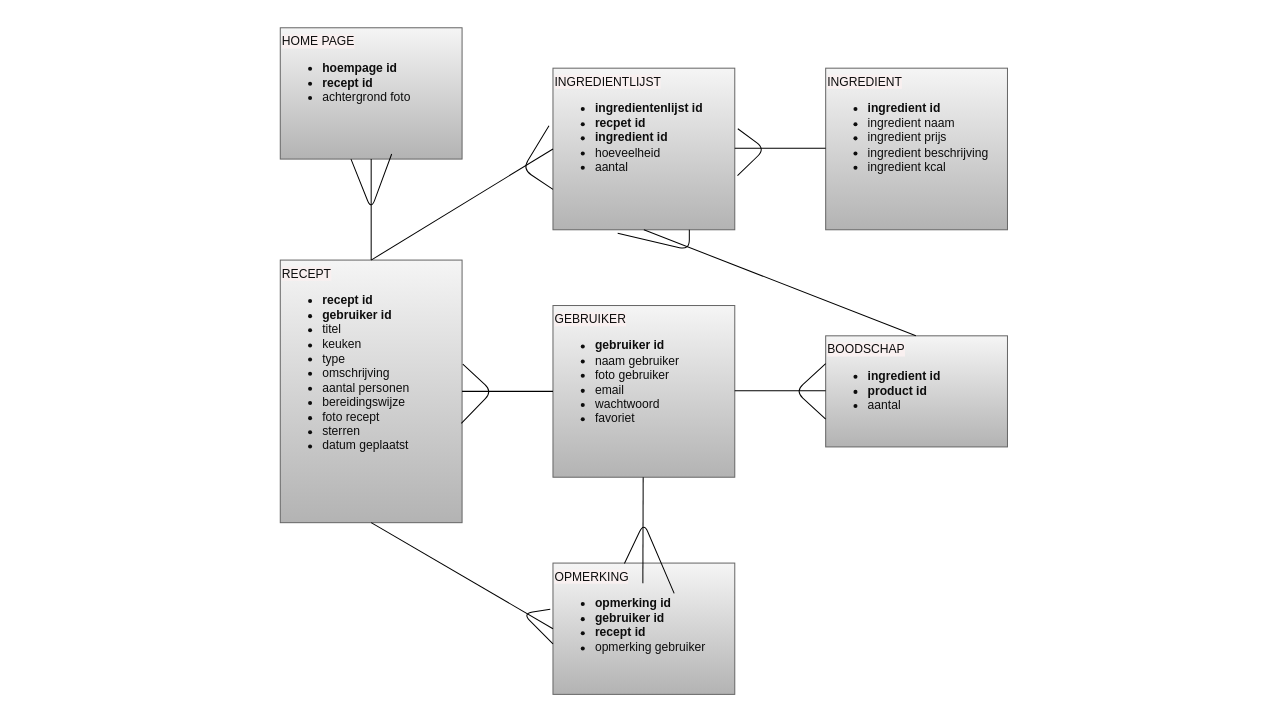
Earlier version of the draw.io diagram Verrukkulluk-ERD.drawio (LiekeDeckers/educom-verrukkulluk). Source tidied: cells renumbered, new cells numbered last; positions are measured from the earlier drawing's top-left corner, leaving out a move shared by most shapes. Both pictures are drawn from the tidied source at 101%, with x=0, y=0 at pixel (280, 27).
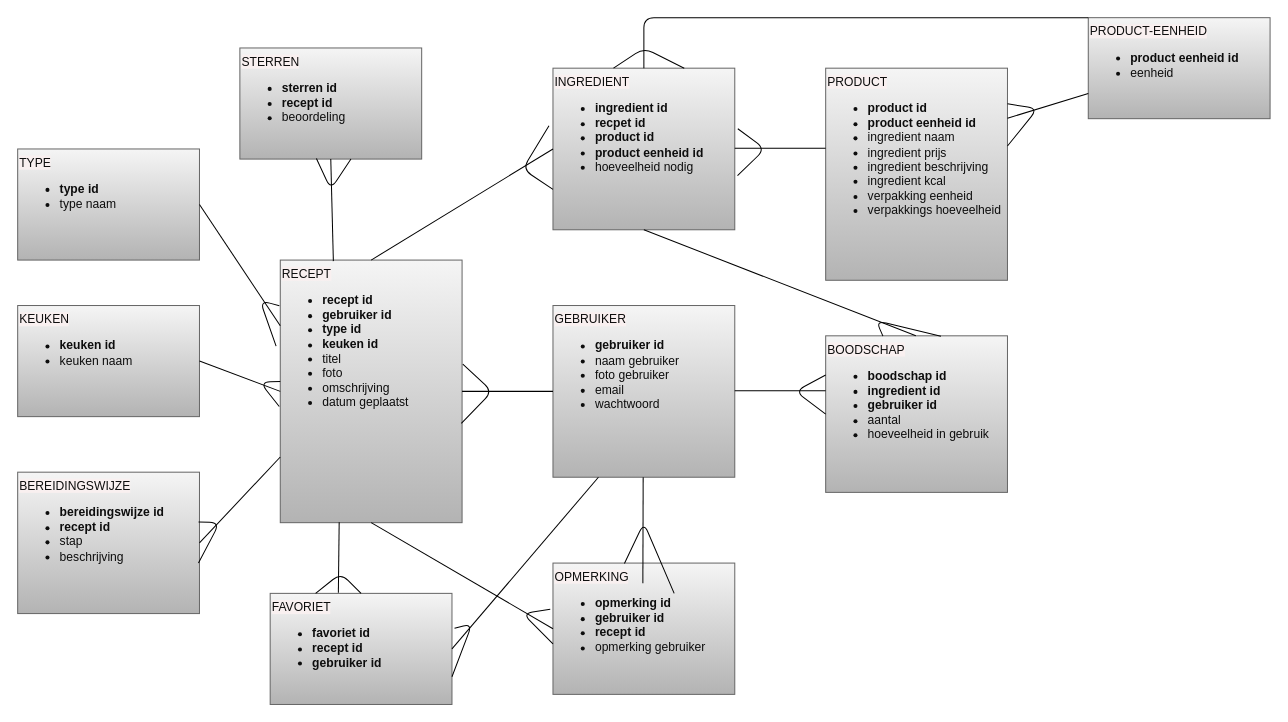
The same page after the edit.

Commit message (it also covers changes not shown here):
VER-ERD-Gegevensmodel-LD-v2 #2

What changed in the source:
```diff
@@
-    <mxCell id="2" value="&lt;font color=&quot;#0d0d0d&quot;&gt;&lt;span style=&quot;background-color: rgb(249, 240, 240);&quot;&gt;RECEPT&lt;br&gt;&lt;ul&gt;&lt;li&gt;&lt;b&gt;recept id&lt;/b&gt;&lt;/li&gt;&lt;li&gt;&lt;b&gt;gebruiker id&lt;/b&gt;&lt;/li&gt;&lt;li&gt;titel&lt;br&gt;&lt;/li&gt;&lt;li&gt;keuken&lt;/li&gt;&lt;li&gt;type&lt;/li&gt;&lt;li&gt;omschrijving&lt;/li&gt;&lt;li&gt;aantal personen&lt;/li&gt;&lt;li&gt;bereidingswijze&lt;/li&gt;&lt;li&gt;foto recept&lt;/li&gt;&lt;li&gt;sterren&lt;/li&gt;&lt;li&gt;datum geplaatst&lt;/li&gt;&lt;/ul&gt;&lt;/span&gt;&lt;/font&gt;" style="rounded=0;whiteSpace=wrap;html=1;fillColor=#f5f5f5;gradientColor=#b3b3b3;strokeColor=#666666;align=left;verticalAlign=top;" parent="1" vertex="1">
+    <mxCell id="2" value="&lt;font color=&quot;#0d0d0d&quot;&gt;&lt;span style=&quot;background-color: rgb(249, 240, 240);&quot;&gt;RECEPT&lt;br&gt;&lt;ul&gt;&lt;li&gt;&lt;b&gt;recept id&lt;/b&gt;&lt;/li&gt;&lt;li&gt;&lt;b&gt;gebruiker id&lt;/b&gt;&lt;/li&gt;&lt;li&gt;&lt;b&gt;type id&lt;/b&gt;&lt;/li&gt;&lt;li&gt;&lt;b&gt;keuken id&lt;/b&gt;&lt;/li&gt;&lt;li&gt;titel&lt;br&gt;&lt;/li&gt;&lt;li&gt;foto&lt;/li&gt;&lt;li&gt;omschrijving&lt;/li&gt;&lt;li&gt;datum geplaatst&lt;/li&gt;&lt;/ul&gt;&lt;/span&gt;&lt;/font&gt;" style="rounded=0;whiteSpace=wrap;html=1;fillColor=#f5f5f5;gradientColor=#b3b3b3;strokeColor=#666666;align=left;verticalAlign=top;" parent="1" vertex="1">
       <mxGeometry y="230" width="180" height="260" as="geometry" />
     </mxCell>
-    <mxCell id="3" value="&lt;font color=&quot;#0d0d0d&quot;&gt;&lt;span style=&quot;background-color: rgb(249, 240, 240);&quot;&gt;BOODSCHAP&lt;br&gt;&lt;ul&gt;&lt;li&gt;&lt;b&gt;ingredient id&lt;/b&gt;&lt;br&gt;&lt;/li&gt;&lt;li&gt;&lt;b&gt;product id&lt;/b&gt;&lt;/li&gt;&lt;li&gt;aantal&lt;/li&gt;&lt;/ul&gt;&lt;/span&gt;&lt;/font&gt;" style="rounded=0;whiteSpace=wrap;html=1;fillColor=#f5f5f5;gradientColor=#b3b3b3;strokeColor=#666666;align=left;verticalAlign=top;" parent="1" vertex="1">
-      <mxGeometry x="540" y="305" width="180" height="110" as="geometry" />
+    <mxCell id="3" value="&lt;font color=&quot;#0d0d0d&quot;&gt;&lt;span style=&quot;background-color: rgb(249, 240, 240);&quot;&gt;BOODSCHAP&lt;br&gt;&lt;ul&gt;&lt;li&gt;&lt;b&gt;boodschap id&lt;/b&gt;&lt;/li&gt;&lt;li&gt;&lt;b&gt;ingredient id&lt;/b&gt;&lt;br&gt;&lt;/li&gt;&lt;li&gt;&lt;b&gt;gebruiker id&lt;/b&gt;&lt;br&gt;&lt;/li&gt;&lt;li&gt;aantal&lt;/li&gt;&lt;li&gt;hoeveelheid in gebruik&lt;/li&gt;&lt;/ul&gt;&lt;/span&gt;&lt;/font&gt;" style="rounded=0;whiteSpace=wrap;html=1;fillColor=#f5f5f5;gradientColor=#b3b3b3;strokeColor=#666666;align=left;verticalAlign=top;" parent="1" vertex="1">
+      <mxGeometry x="540" y="305" width="180" height="155" as="geometry" />
     </mxCell>
-    <mxCell id="4" value="&lt;font color=&quot;#0d0d0d&quot;&gt;&lt;span style=&quot;background-color: rgb(249, 240, 240);&quot;&gt;INGREDIENT&lt;br&gt;&lt;ul&gt;&lt;li&gt;&lt;b&gt;ingredient id&lt;/b&gt;&lt;/li&gt;&lt;li&gt;ingredient naam&lt;br&gt;&lt;/li&gt;&lt;li&gt;ingredient prijs&lt;/li&gt;&lt;li&gt;ingredient beschrijving&lt;/li&gt;&lt;li&gt;ingredient kcal&lt;/li&gt;&lt;/ul&gt;&lt;/span&gt;&lt;/font&gt;" style="rounded=0;whiteSpace=wrap;html=1;fillColor=#f5f5f5;gradientColor=#b3b3b3;strokeColor=#666666;align=left;verticalAlign=top;" parent="1" vertex="1">
-      <mxGeometry x="540" y="40" width="180" height="160" as="geometry" />
+    <mxCell id="4" value="&lt;font color=&quot;#0d0d0d&quot;&gt;&lt;span style=&quot;background-color: rgb(249, 240, 240);&quot;&gt;PRODUCT&lt;br&gt;&lt;ul&gt;&lt;li&gt;&lt;b&gt;product id&lt;/b&gt;&lt;/li&gt;&lt;li&gt;&lt;b&gt;product eenheid id&lt;/b&gt;&lt;/li&gt;&lt;li&gt;ingredient naam&lt;br&gt;&lt;/li&gt;&lt;li&gt;ingredient prijs&lt;/li&gt;&lt;li&gt;ingredient beschrijving&lt;/li&gt;&lt;li&gt;ingredient kcal&lt;/li&gt;&lt;li&gt;verpakking eenheid&lt;/li&gt;&lt;li&gt;verpakkings hoeveelheid&lt;/li&gt;&lt;/ul&gt;&lt;/span&gt;&lt;/font&gt;" style="rounded=0;whiteSpace=wrap;html=1;fillColor=#f5f5f5;gradientColor=#b3b3b3;strokeColor=#666666;align=left;verticalAlign=top;" parent="1" vertex="1">
+      <mxGeometry x="540" y="40" width="180" height="210" as="geometry" />
     </mxCell>
@@
-    <mxCell id="6" value="&lt;font color=&quot;#0d0d0d&quot;&gt;&lt;span style=&quot;background-color: rgb(249, 240, 240);&quot;&gt;GEBRUIKER&lt;br&gt;&lt;ul&gt;&lt;li&gt;&lt;b&gt;gebruiker id&lt;/b&gt;&lt;br&gt;&lt;/li&gt;&lt;li&gt;naam gebruiker&lt;/li&gt;&lt;li&gt;foto gebruiker&lt;br&gt;&lt;/li&gt;&lt;li&gt;email&lt;/li&gt;&lt;li&gt;wachtwoord&lt;/li&gt;&lt;li&gt;favoriet&lt;/li&gt;&lt;/ul&gt;&lt;/span&gt;&lt;/font&gt;" style="rounded=0;whiteSpace=wrap;html=1;fillColor=#f5f5f5;gradientColor=#b3b3b3;strokeColor=#666666;align=left;verticalAlign=top;" parent="1" vertex="1">
+    <mxCell id="6" value="&lt;font color=&quot;#0d0d0d&quot;&gt;&lt;span style=&quot;background-color: rgb(249, 240, 240);&quot;&gt;GEBRUIKER&lt;br&gt;&lt;ul&gt;&lt;li&gt;&lt;b&gt;gebruiker id&lt;/b&gt;&lt;br&gt;&lt;/li&gt;&lt;li&gt;naam gebruiker&lt;/li&gt;&lt;li&gt;foto gebruiker&lt;br&gt;&lt;/li&gt;&lt;li&gt;email&lt;/li&gt;&lt;li&gt;wachtwoord&lt;/li&gt;&lt;/ul&gt;&lt;/span&gt;&lt;/font&gt;" style="rounded=0;whiteSpace=wrap;html=1;fillColor=#f5f5f5;gradientColor=#b3b3b3;strokeColor=#666666;align=left;verticalAlign=top;" parent="1" vertex="1">
       <mxGeometry x="270" y="275" width="180" height="170" as="geometry" />
     </mxCell>
-    <mxCell id="7" value="&lt;font color=&quot;#0d0d0d&quot;&gt;&lt;span style=&quot;background-color: rgb(249, 240, 240);&quot;&gt;INGREDIENTLIJST&lt;br&gt;&lt;ul&gt;&lt;li&gt;&lt;b&gt;ingredientenlijst id&lt;/b&gt;&lt;/li&gt;&lt;li&gt;&lt;b&gt;recpet id&lt;/b&gt;&lt;/li&gt;&lt;li&gt;&lt;b&gt;ingredient id&lt;/b&gt;&lt;/li&gt;&lt;li&gt;hoeveelheid&lt;/li&gt;&lt;li&gt;aantal&lt;/li&gt;&lt;/ul&gt;&lt;/span&gt;&lt;/font&gt;" style="rounded=0;whiteSpace=wrap;html=1;fillColor=#f5f5f5;gradientColor=#b3b3b3;strokeColor=#666666;align=left;verticalAlign=top;" parent="1" vertex="1">
+    <mxCell id="7" value="&lt;font color=&quot;#0d0d0d&quot;&gt;&lt;span style=&quot;background-color: rgb(249, 240, 240);&quot;&gt;INGREDIENT&lt;br&gt;&lt;ul&gt;&lt;li&gt;&lt;b&gt;ingredient id&lt;/b&gt;&lt;/li&gt;&lt;li&gt;&lt;b&gt;recpet id&lt;/b&gt;&lt;/li&gt;&lt;li&gt;&lt;b&gt;product id&lt;/b&gt;&lt;/li&gt;&lt;li&gt;&lt;b&gt;product eenheid id&lt;/b&gt;&lt;/li&gt;&lt;li&gt;hoeveelheid nodig&lt;/li&gt;&lt;/ul&gt;&lt;/span&gt;&lt;/font&gt;" style="rounded=0;whiteSpace=wrap;html=1;fillColor=#f5f5f5;gradientColor=#b3b3b3;strokeColor=#666666;align=left;verticalAlign=top;" parent="1" vertex="1">
       <mxGeometry x="270" y="40" width="180" height="160" as="geometry" />
     </mxCell>
-    <mxCell id="8" value="&lt;font color=&quot;#0d0d0d&quot;&gt;&lt;span style=&quot;background-color: rgb(249, 240, 240);&quot;&gt;HOME PAGE&lt;br&gt;&lt;ul&gt;&lt;li&gt;&lt;b&gt;hoempage id&lt;/b&gt;&lt;br&gt;&lt;/li&gt;&lt;li&gt;&lt;b&gt;recept id&lt;/b&gt;&lt;/li&gt;&lt;li&gt;achtergrond foto&lt;/li&gt;&lt;/ul&gt;&lt;/span&gt;&lt;/font&gt;" style="rounded=0;whiteSpace=wrap;html=1;fillColor=#f5f5f5;gradientColor=#b3b3b3;strokeColor=#666666;align=left;verticalAlign=top;" parent="1" vertex="1">
-      <mxGeometry width="180" height="130" as="geometry" />
-    </mxCell>
-    <mxCell id="9" style="endArrow=none;html=1;entryX=0.5;entryY=1;entryDx=0;entryDy=0;" parent="1" edge="1" target="8">
-      <mxGeometry relative="1" as="geometry">
-        <mxPoint x="90" y="230" as="sourcePoint" />
-      </mxGeometry>
-    </mxCell>
@@
-    <mxCell id="19" style="endArrow=none;html=1;entryX=0;entryY=0.75;entryDx=0;entryDy=0;exitX=0;exitY=0.25;exitDx=0;exitDy=0;" parent="1" edge="1" source="3" target="3">
+    <mxCell id="19" style="endArrow=none;html=1;entryX=0;entryY=0.5;entryDx=0;entryDy=0;exitX=0;exitY=0.25;exitDx=0;exitDy=0;" parent="1" edge="1" source="3" target="3">
       <mxGeometry relative="1" as="geometry">
         <Array as="points">
           <mxPoint x="510" y="360" />
         </Array>
       </mxGeometry>
     </mxCell>
@@
-    <mxCell id="21" style="endArrow=none;html=1;entryX=0.75;entryY=1;entryDx=0;entryDy=0;exitX=0.356;exitY=1.022;exitDx=0;exitDy=0;exitPerimeter=0;" parent="1" edge="1" source="7" target="7">
+    <mxCell id="21" style="endArrow=none;html=1;entryX=0.634;entryY=0.002;entryDx=0;entryDy=0;exitX=0.315;exitY=0.002;exitDx=0;exitDy=0;exitPerimeter=0;entryPerimeter=0;" parent="1" edge="1" source="3" target="3">
       <mxGeometry relative="1" as="geometry">
         <Array as="points">
-          <mxPoint x="405" y="220" />
+          <mxPoint x="590" y="290" />
         </Array>
       </mxGeometry>
     </mxCell>
-    <mxCell id="22" style="endArrow=none;html=1;entryX=0.5;entryY=1;entryDx=0;entryDy=0;exitX=0.389;exitY=1;exitDx=0;exitDy=0;exitPerimeter=0;" parent="1" edge="1" source="8">
-      <mxGeometry relative="1" as="geometry">
-        <mxPoint x="110.3" y="125" as="targetPoint" />
-        <Array as="points">
-          <mxPoint x="90" y="180" />
-        </Array>
-      </mxGeometry>
-    </mxCell>
@@
+    <mxCell id="25" value="&lt;font color=&quot;#0d0d0d&quot;&gt;&lt;span style=&quot;background-color: rgb(249, 240, 240);&quot;&gt;FAVORIET&lt;br&gt;&lt;ul style=&quot;font-weight: bold;&quot;&gt;&lt;li&gt;favoriet id&lt;br&gt;&lt;/li&gt;&lt;li&gt;recept id&lt;/li&gt;&lt;li&gt;gebruiker id&lt;/li&gt;&lt;/ul&gt;&lt;/span&gt;&lt;/font&gt;" style="rounded=0;whiteSpace=wrap;html=1;fillColor=#f5f5f5;gradientColor=#b3b3b3;strokeColor=#666666;align=left;verticalAlign=top;" parent="1" vertex="1">
+      <mxGeometry x="-10" y="560" width="180" height="110" as="geometry" />
+    </mxCell>
+    <mxCell id="26" value="&lt;font color=&quot;#0d0d0d&quot;&gt;&lt;span style=&quot;background-color: rgb(249, 240, 240);&quot;&gt;BEREIDINGSWIJZE&lt;br&gt;&lt;ul&gt;&lt;li&gt;&lt;b&gt;bereidingswijze id&lt;br&gt;&lt;/b&gt;&lt;/li&gt;&lt;li&gt;&lt;b&gt;recept id&lt;/b&gt;&lt;/li&gt;&lt;li&gt;stap&lt;/li&gt;&lt;li&gt;beschrijving&lt;/li&gt;&lt;/ul&gt;&lt;/span&gt;&lt;/font&gt;" style="rounded=0;whiteSpace=wrap;html=1;fillColor=#f5f5f5;gradientColor=#b3b3b3;strokeColor=#666666;align=left;verticalAlign=top;" parent="1" vertex="1">
+      <mxGeometry x="-260" y="440" width="180" height="140" as="geometry" />
+    </mxCell>
+    <mxCell id="27" value="&lt;span style=&quot;background-color: rgb(249, 240, 240); color: rgb(13, 13, 13);&quot;&gt;TYPE&lt;/span&gt;&lt;span style=&quot;background-color: rgb(249, 240, 240); color: rgb(13, 13, 13);&quot;&gt;&lt;br&gt;&lt;/span&gt;&lt;font color=&quot;#0d0d0d&quot;&gt;&lt;span style=&quot;background-color: rgb(249, 240, 240);&quot;&gt;&lt;ul style=&quot;&quot;&gt;&lt;li style=&quot;font-weight: bold;&quot;&gt;type id&lt;/li&gt;&lt;li style=&quot;font-weight: bold;&quot;&gt;&lt;span style=&quot;font-weight: normal;&quot;&gt;type naam&lt;/span&gt;&lt;br&gt;&lt;/li&gt;&lt;/ul&gt;&lt;/span&gt;&lt;/font&gt;" style="rounded=0;whiteSpace=wrap;html=1;fillColor=#f5f5f5;gradientColor=#b3b3b3;strokeColor=#666666;align=left;verticalAlign=top;" parent="1" vertex="1">
+      <mxGeometry x="-260" y="120" width="180" height="110" as="geometry" />
+    </mxCell>
+    <mxCell id="28" value="&lt;font color=&quot;#0d0d0d&quot;&gt;&lt;span style=&quot;background-color: rgb(249, 240, 240);&quot;&gt;KEUKEN&lt;br&gt;&lt;ul style=&quot;&quot;&gt;&lt;li style=&quot;font-weight: bold;&quot;&gt;keuken id&lt;br&gt;&lt;/li&gt;&lt;li style=&quot;font-weight: bold;&quot;&gt;&lt;span style=&quot;font-weight: normal;&quot;&gt;keuken naam&lt;/span&gt;&lt;br&gt;&lt;/li&gt;&lt;/ul&gt;&lt;/span&gt;&lt;/font&gt;" style="rounded=0;whiteSpace=wrap;html=1;fillColor=#f5f5f5;gradientColor=#b3b3b3;strokeColor=#666666;align=left;verticalAlign=top;" parent="1" vertex="1">
+      <mxGeometry x="-260" y="275" width="180" height="110" as="geometry" />
+    </mxCell>
+    <mxCell id="29" value="&lt;font color=&quot;#0d0d0d&quot;&gt;&lt;span style=&quot;background-color: rgb(249, 240, 240);&quot;&gt;STERREN&lt;br&gt;&lt;ul style=&quot;&quot;&gt;&lt;li style=&quot;font-weight: bold;&quot;&gt;sterren id&lt;/li&gt;&lt;li style=&quot;font-weight: bold;&quot;&gt;recept id&lt;br&gt;&lt;/li&gt;&lt;li style=&quot;&quot;&gt;beoordeling&lt;/li&gt;&lt;/ul&gt;&lt;/span&gt;&lt;/font&gt;" style="rounded=0;whiteSpace=wrap;html=1;fillColor=#f5f5f5;gradientColor=#b3b3b3;strokeColor=#666666;align=left;verticalAlign=top;" parent="1" vertex="1">
+      <mxGeometry x="-40" y="20" width="180" height="110" as="geometry" />
+    </mxCell>
+    <mxCell id="30" style="endArrow=none;html=1;entryX=1;entryY=0.5;entryDx=0;entryDy=0;exitX=0;exitY=0.25;exitDx=0;exitDy=0;" parent="1" edge="1" source="2" target="27">
+      <mxGeometry relative="1" as="geometry" />
+    </mxCell>
+    <mxCell id="31" style="endArrow=none;html=1;entryX=1;entryY=0.5;entryDx=0;entryDy=0;exitX=0;exitY=0.5;exitDx=0;exitDy=0;" parent="1" edge="1" source="2" target="28">
+      <mxGeometry relative="1" as="geometry" />
+    </mxCell>
+    <mxCell id="32" style="endArrow=none;html=1;entryX=1;entryY=0.5;entryDx=0;entryDy=0;exitX=0;exitY=0.75;exitDx=0;exitDy=0;" parent="1" edge="1" source="2" target="26">
+      <mxGeometry relative="1" as="geometry" />
+    </mxCell>
+    <mxCell id="33" style="endArrow=none;html=1;entryX=0.5;entryY=1;entryDx=0;entryDy=0;exitX=0.292;exitY=0.004;exitDx=0;exitDy=0;exitPerimeter=0;" parent="1" edge="1" source="2" target="29">
+      <mxGeometry relative="1" as="geometry" />
+    </mxCell>
+    <mxCell id="34" style="endArrow=none;html=1;entryX=0.421;entryY=0.995;entryDx=0;entryDy=0;entryPerimeter=0;exitX=0.611;exitY=1;exitDx=0;exitDy=0;exitPerimeter=0;" parent="1" edge="1" source="29" target="29">
+      <mxGeometry relative="1" as="geometry">
+        <Array as="points">
+          <mxPoint x="50" y="160" />
+        </Array>
+      </mxGeometry>
+    </mxCell>
+    <mxCell id="35" style="endArrow=none;html=1;entryX=-0.005;entryY=0.174;entryDx=0;entryDy=0;entryPerimeter=0;exitX=-0.023;exitY=0.328;exitDx=0;exitDy=0;exitPerimeter=0;" parent="1" edge="1" source="2" target="2">
+      <mxGeometry relative="1" as="geometry">
+        <Array as="points">
+          <mxPoint x="-20" y="270" />
+        </Array>
+      </mxGeometry>
+    </mxCell>
+    <mxCell id="36" style="endArrow=none;html=1;exitX=0;exitY=0.462;exitDx=0;exitDy=0;exitPerimeter=0;" parent="1" edge="1" source="2">
+      <mxGeometry relative="1" as="geometry">
+        <mxPoint x="-1" y="375" as="targetPoint" />
+        <Array as="points">
+          <mxPoint x="-20" y="351" />
+        </Array>
+      </mxGeometry>
+    </mxCell>
+    <mxCell id="37" style="endArrow=none;html=1;exitX=0.995;exitY=0.352;exitDx=0;exitDy=0;exitPerimeter=0;" parent="1" edge="1" source="26">
+      <mxGeometry relative="1" as="geometry">
+        <mxPoint x="-81" y="530" as="targetPoint" />
+        <Array as="points">
+          <mxPoint x="-60" y="490" />
+        </Array>
+      </mxGeometry>
+    </mxCell>
+    <mxCell id="38" style="endArrow=none;html=1;entryX=0.375;entryY=-0.005;entryDx=0;entryDy=0;exitX=0.324;exitY=0.998;exitDx=0;exitDy=0;exitPerimeter=0;entryPerimeter=0;" parent="1" edge="1" source="2" target="25">
+      <mxGeometry relative="1" as="geometry" />
+    </mxCell>
+    <mxCell id="39" style="endArrow=none;html=1;entryX=0.25;entryY=0;entryDx=0;entryDy=0;exitX=0.5;exitY=0;exitDx=0;exitDy=0;" parent="1" edge="1" source="25" target="25">
+      <mxGeometry relative="1" as="geometry">
+        <Array as="points">
+          <mxPoint x="60" y="540" />
+        </Array>
+      </mxGeometry>
+    </mxCell>
+    <mxCell id="40" style="endArrow=none;html=1;entryX=1;entryY=0.5;entryDx=0;entryDy=0;exitX=0.25;exitY=1;exitDx=0;exitDy=0;" parent="1" edge="1" source="6" target="25">
+      <mxGeometry relative="1" as="geometry" />
+    </mxCell>
+    <mxCell id="41" style="endArrow=none;html=1;entryX=1.014;entryY=0.314;entryDx=0;entryDy=0;exitX=1;exitY=0.75;exitDx=0;exitDy=0;entryPerimeter=0;" parent="1" edge="1" source="25" target="25">
+      <mxGeometry relative="1" as="geometry">
+        <Array as="points">
+          <mxPoint x="190" y="590" />
+        </Array>
+      </mxGeometry>
+    </mxCell>
+    <mxCell id="42" value="&lt;font color=&quot;#0d0d0d&quot;&gt;&lt;span style=&quot;background-color: rgb(249, 240, 240);&quot;&gt;PRODUCT-EENHEID&lt;br&gt;&lt;ul&gt;&lt;li&gt;&lt;b&gt;product eenheid id&lt;/b&gt;&lt;/li&gt;&lt;li&gt;eenheid&lt;br&gt;&lt;/li&gt;&lt;/ul&gt;&lt;/span&gt;&lt;/font&gt;" style="rounded=0;whiteSpace=wrap;html=1;fillColor=#f5f5f5;gradientColor=#b3b3b3;strokeColor=#666666;align=left;verticalAlign=top;" parent="1" vertex="1">
+      <mxGeometry x="800" y="-10" width="180" height="100" as="geometry" />
+    </mxCell>
+    <mxCell id="43" style="endArrow=none;html=1;entryX=0;entryY=0.75;entryDx=0;entryDy=0;exitX=1;exitY=0.5;exitDx=0;exitDy=0;" parent="1" edge="1" target="42">
+      <mxGeometry relative="1" as="geometry">
+        <mxPoint x="720" y="89.6" as="sourcePoint" />
+      </mxGeometry>
+    </mxCell>
+    <mxCell id="44" style="endArrow=none;html=1;exitX=1;exitY=0.367;exitDx=0;exitDy=0;exitPerimeter=0;entryX=1;entryY=0.168;entryDx=0;entryDy=0;entryPerimeter=0;" parent="1" edge="1" source="4" target="4">
+      <mxGeometry relative="1" as="geometry">
+        <Array as="points">
+          <mxPoint x="750" y="80" />
+        </Array>
+      </mxGeometry>
+    </mxCell>
+    <mxCell id="45" style="endArrow=none;html=1;entryX=0;entryY=0;entryDx=0;entryDy=0;exitX=0.5;exitY=0;exitDx=0;exitDy=0;" parent="1" edge="1" source="7" target="42">
+      <mxGeometry relative="1" as="geometry">
+        <Array as="points">
+          <mxPoint x="360" y="-10" />
+        </Array>
+      </mxGeometry>
+    </mxCell>
+    <mxCell id="46" style="endArrow=none;html=1;entryX=0.722;entryY=0;entryDx=0;entryDy=0;exitX=0.333;exitY=0;exitDx=0;exitDy=0;entryPerimeter=0;exitPerimeter=0;" parent="1" edge="1" source="7" target="7">
+      <mxGeometry relative="1" as="geometry">
+        <Array as="points">
+          <mxPoint x="360" y="20" />
+        </Array>
+      </mxGeometry>
+    </mxCell>
```
